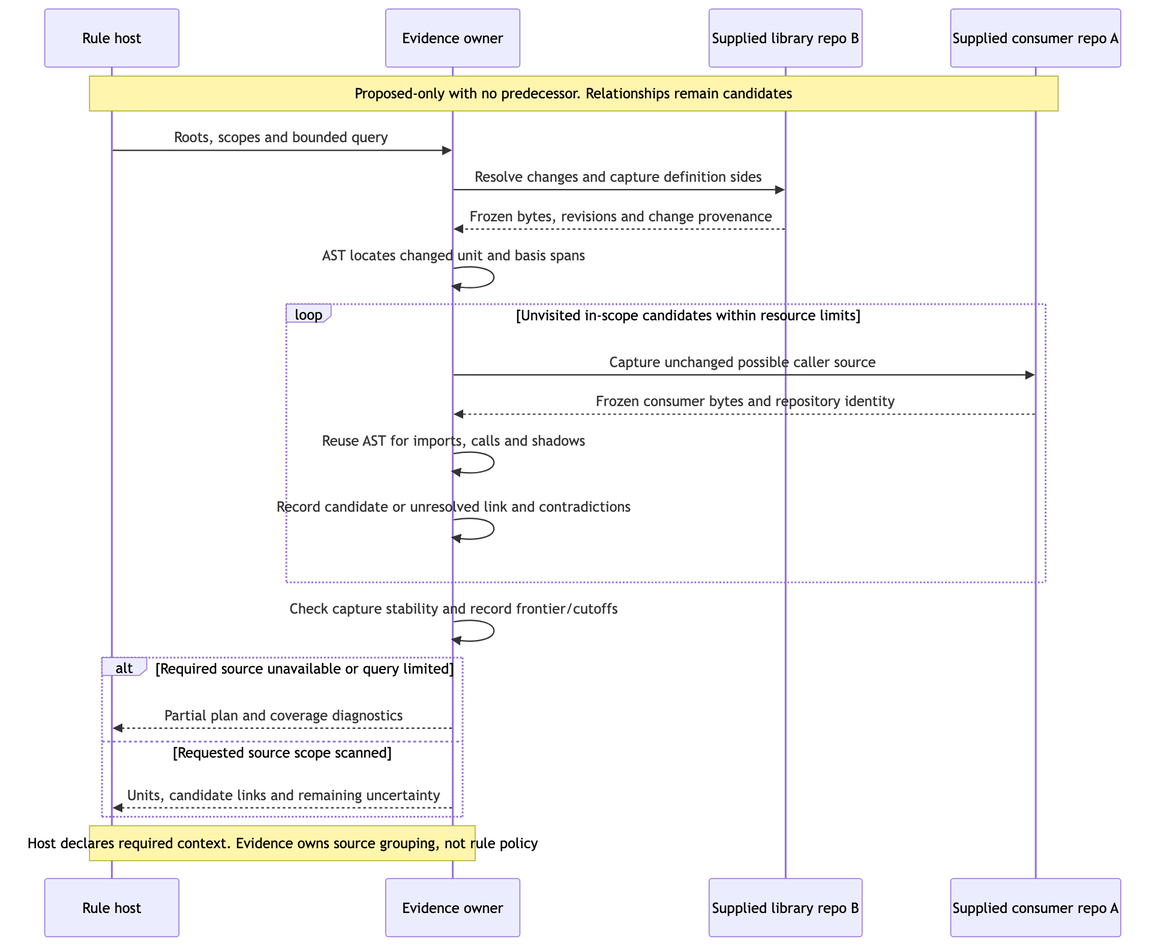
Earlier version of the Mermaid export docs/specs/2026-10-12-rust-rule-engine/assets/connected-sourcing-sequence.png (ShravanSunder/sunstack-tools). Its source is kept beside it as docs/specs/2026-10-12-rust-rule-engine/assets/connected-sourcing-sequence.mmd.
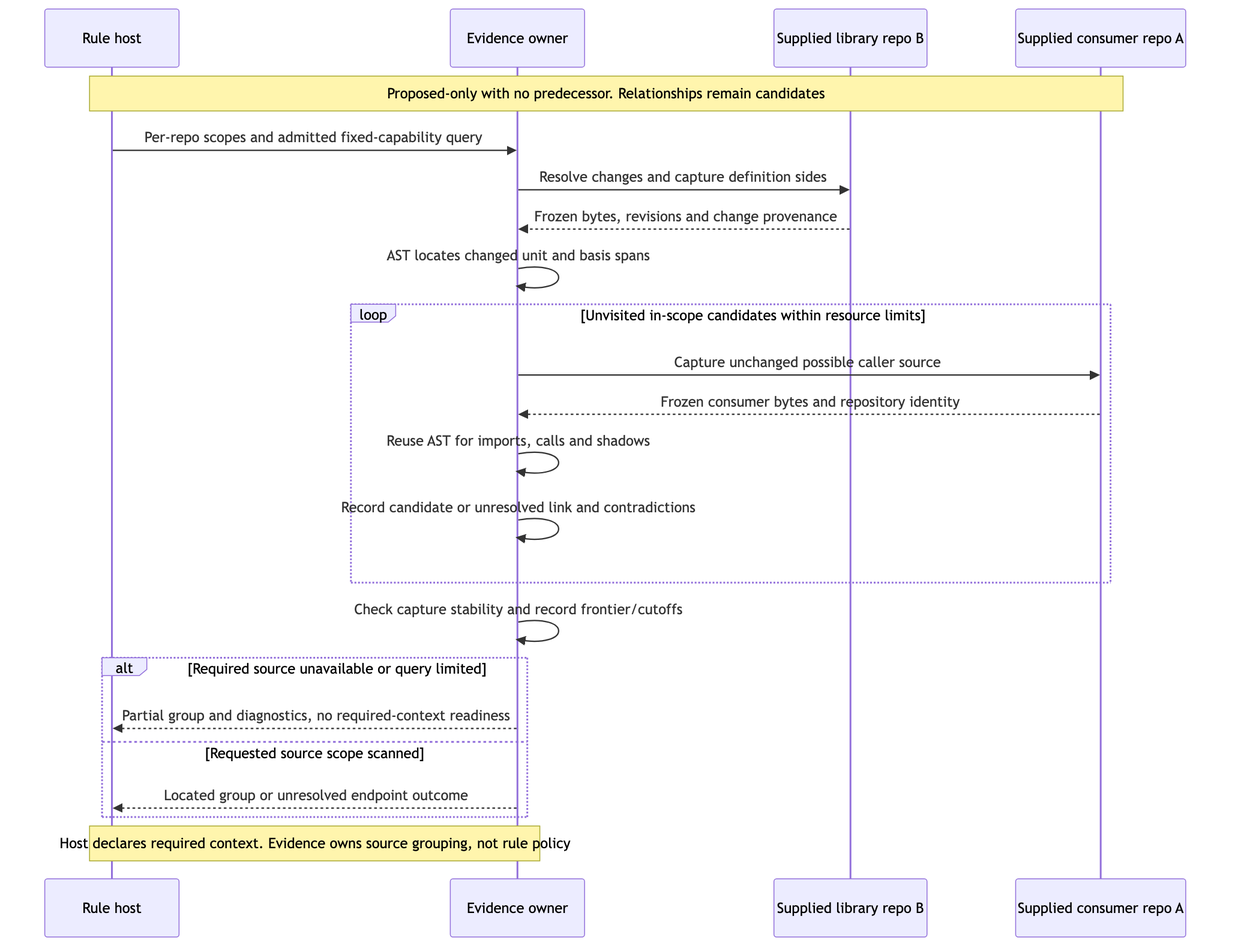
The same diagram one commit later.

Commit message:
docs: close connected evidence contract review findings

Diff of the diagram source:
```diff
@@ -4,7 +4,7 @@
   participant B as Supplied library repo B
   participant A as Supplied consumer repo A
   Note over Host,A: Proposed-only with no predecessor. Relationships remain candidates
-  Host->>Evidence: Roots, scopes and bounded query
+  Host->>Evidence: Per-repo scopes and admitted fixed-capability query
   Evidence->>B: Resolve changes and capture definition sides
   B-->>Evidence: Frozen bytes, revisions and change provenance
   Evidence->>Evidence: AST locates changed unit and basis spans
@@ -16,8 +16,8 @@
   end
   Evidence->>Evidence: Check capture stability and record frontier/cutoffs
   alt Required source unavailable or query limited
-    Evidence-->>Host: Partial plan and coverage diagnostics
+    Evidence-->>Host: Partial group and diagnostics, no required-context readiness
   else Requested source scope scanned
-    Evidence-->>Host: Units, candidate links and remaining uncertainty
+    Evidence-->>Host: Located group or unresolved endpoint outcome
   end
   Note over Host,Evidence: Host declares required context. Evidence owns source grouping, not rule policy
```
